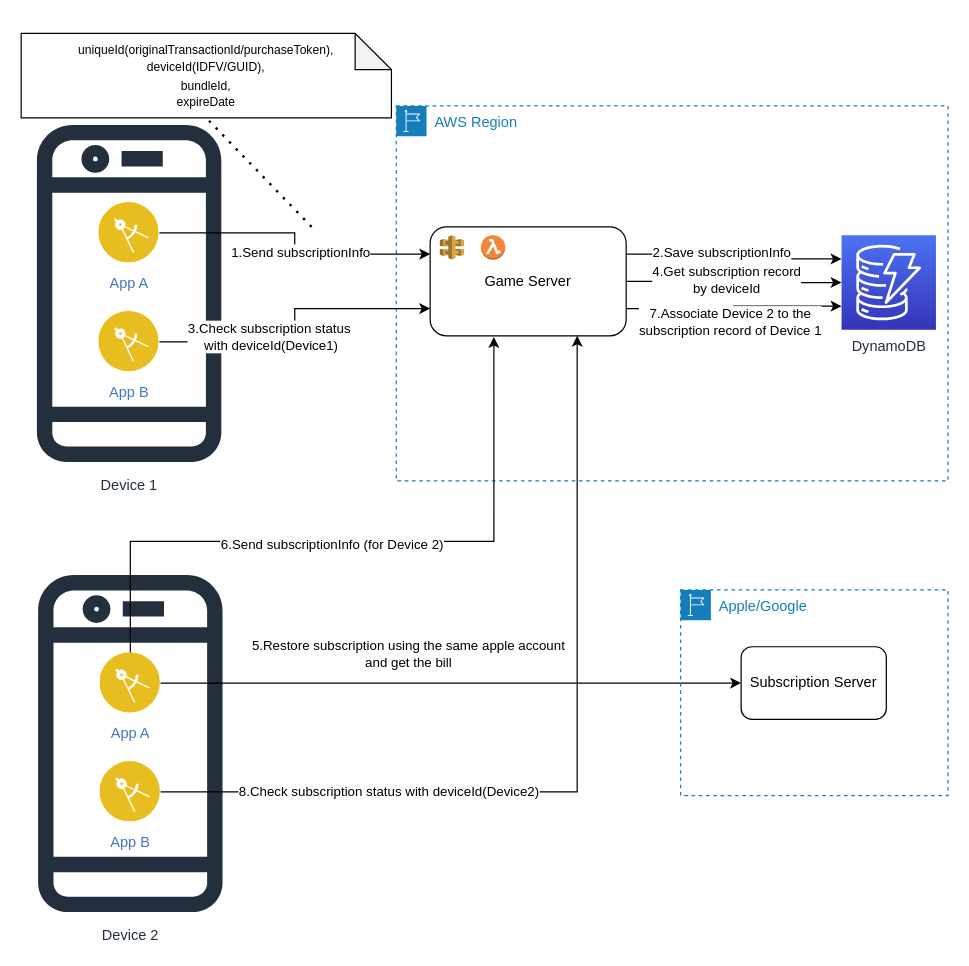
Earlier version of the draw.io diagram page "简单方案" (1 of 2) of 多个游戏共享订阅.drawio (yaohuiwu/SimpleFS). Source tidied: cells renumbered, new cells numbered last; positions are measured from the earlier drawing's top-left corner, leaving out a move shared by most shapes. Both pictures are drawn from the tidied source at 121%, with x=0, y=0 at pixel (21, 33).
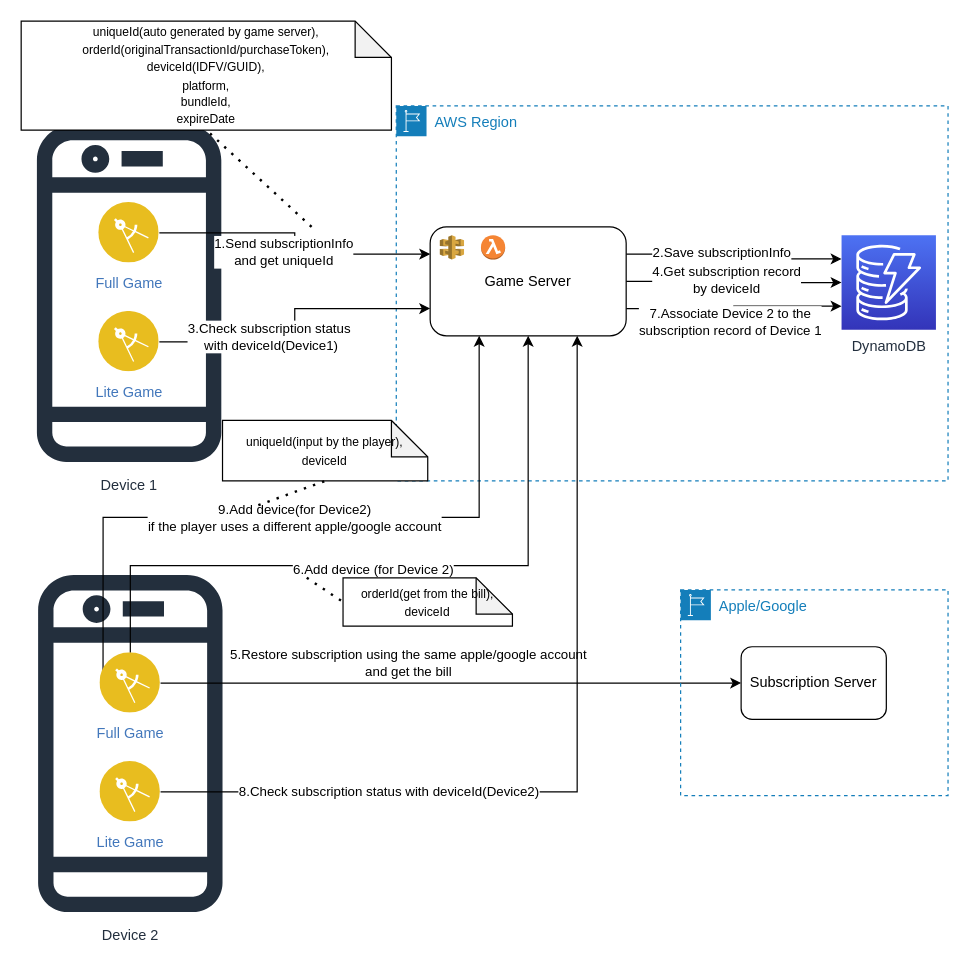
Above is the later version.

Commit message:
更新多个游戏共享订阅.drawio

The change refers to these unchanged cells:
```xml
<mxCell id="10" value="Game Server" style="rounded=1;whiteSpace=wrap;html=1;" parent="3" vertex="1">
  <mxGeometry x="28" y="100" width="162" height="90" as="geometry" />
</mxCell>
<mxCell id="14" style="edgeStyle=orthogonalEdgeStyle;rounded=0;jettySize=auto;html=1;exitX=1;exitY=0.5;exitDx=0;exitDy=0;entryX=0;entryY=0.25;entryDx=0;entryDy=0;" parent="1" edge="1" source="16" target="10">
  <mxGeometry relative="1" as="geometry" />
</mxCell>
<mxCell id="21" style="edgeStyle=orthogonalEdgeStyle;rounded=0;jettySize=auto;html=1;exitX=1;exitY=0.5;exitDx=0;exitDy=0;entryX=0;entryY=0.5;entryDx=0;entryDy=0;" parent="1" edge="1" source="25" target="30">
  <mxGeometry relative="1" as="geometry" />
</mxCell>
```

Change to the diagram source:
```diff
@@
-    <mxCell id="15" value="1.Send subscriptionInfo" style="edgeLabel;html=1;align=center;verticalAlign=middle;" parent="14" vertex="1">
+    <mxCell id="15" value="1.Send subscriptionInfo&lt;br&gt;and get uniqueId" style="edgeLabel;html=1;align=center;verticalAlign=middle;" parent="14" vertex="1">
       <mxGeometry x="-0.33" relative="1" as="geometry">
-        <mxPoint x="35" y="15" as="offset" />
+        <mxPoint x="21" y="15" as="offset" />
       </mxGeometry>
     </mxCell>
-    <mxCell id="16" value="App A" style="image;perimeter=ellipsePerimeter;html=1;align=center;shadow=0;dashed=0;fontColor=#4277BB;labelBackgroundColor=default;fontSize=12;spacingTop=3;image=img/lib/ibm/applications/mobile_app.svg;" parent="1" vertex="1">
+    <mxCell id="16" value="Full Game" style="image;perimeter=ellipsePerimeter;html=1;align=center;shadow=0;dashed=0;fontColor=#4277BB;labelBackgroundColor=default;fontSize=12;spacingTop=3;image=img/lib/ibm/applications/mobile_app.svg;" parent="1" vertex="1">
       <mxGeometry x="64.2" y="140" width="50" height="50" as="geometry" />
     </mxCell>
@@
-    <mxCell id="19" value="App B" style="image;perimeter=ellipsePerimeter;html=1;align=center;shadow=0;dashed=0;fontColor=#4277BB;labelBackgroundColor=default;fontSize=12;spacingTop=3;image=img/lib/ibm/applications/mobile_app.svg;" parent="1" vertex="1">
+    <mxCell id="19" value="Lite Game" style="image;perimeter=ellipsePerimeter;html=1;align=center;shadow=0;dashed=0;fontColor=#4277BB;labelBackgroundColor=default;fontSize=12;spacingTop=3;image=img/lib/ibm/applications/mobile_app.svg;" parent="1" vertex="1">
       <mxGeometry x="64.2" y="230" width="50" height="50" as="geometry" />
     </mxCell>
@@
-    <mxCell id="22" value="5.Restore subscription using the same apple account &lt;br&gt;and get the bill" style="edgeLabel;html=1;align=center;verticalAlign=middle;" parent="21" vertex="1">
+    <mxCell id="22" value="5.Restore subscription using the same apple/google account &lt;br&gt;and get the bill" style="edgeLabel;html=1;align=center;verticalAlign=middle;" parent="21" vertex="1">
       <mxGeometry x="-0.34" relative="1" as="geometry">
-        <mxPoint x="46" y="-25" as="offset" />
+        <mxPoint x="46" y="-17" as="offset" />
       </mxGeometry>
     </mxCell>
-    <mxCell id="23" style="edgeStyle=orthogonalEdgeStyle;rounded=0;jettySize=auto;html=1;exitX=0.5;exitY=0;exitDx=0;exitDy=0;entryX=0.325;entryY=1.011;entryDx=0;entryDy=0;entryPerimeter=0;" parent="1" edge="1" source="25" target="10">
+    <mxCell id="23" style="edgeStyle=orthogonalEdgeStyle;rounded=0;jettySize=auto;html=1;exitX=0.5;exitY=0;exitDx=0;exitDy=0;entryX=0.5;entryY=1;entryDx=0;entryDy=0;" parent="1" edge="1" source="25" target="10">
       <mxGeometry relative="1" as="geometry">
         <Array as="points">
-          <mxPoint x="90" y="420" />
-          <mxPoint x="390" y="420" />
+          <mxPoint x="90" y="440" />
+          <mxPoint x="419" y="440" />
         </Array>
       </mxGeometry>
     </mxCell>
-    <mxCell id="24" value="6.Send subscriptionInfo (for Device 2)" style="edgeLabel;html=1;align=center;verticalAlign=middle;" parent="23" vertex="1">
+    <mxCell id="24" value="6.Add device (for Device 2)" style="edgeLabel;html=1;align=center;verticalAlign=middle;" parent="23" vertex="1">
       <mxGeometry x="-0.08" y="-2" relative="1" as="geometry" />
     </mxCell>
+    <mxCell id="34" style="edgeStyle=orthogonalEdgeStyle;rounded=0;jettySize=auto;html=1;entryX=0.25;entryY=1;entryDx=0;entryDy=0;exitX=0;exitY=0.25;exitDx=0;exitDy=0;" parent="1" edge="1" source="25" target="10">
+      <mxGeometry relative="1" as="geometry">
+        <Array as="points">
+          <mxPoint x="68" y="400" />
+          <mxPoint x="379" y="400" />
+        </Array>
+      </mxGeometry>
+    </mxCell>
+    <mxCell id="35" value="9.Add device(for Device2) &lt;br&gt;if the player uses a different apple/google account" style="edgeLabel;html=1;align=center;verticalAlign=middle;" parent="34" vertex="1">
+      <mxGeometry x="-0.36" y="1" relative="1" as="geometry">
+        <mxPoint x="96" y="1" as="offset" />
+      </mxGeometry>
+    </mxCell>
-    <mxCell id="25" value="App A" style="image;perimeter=ellipsePerimeter;html=1;align=center;shadow=0;dashed=0;fontColor=#4277BB;labelBackgroundColor=default;fontSize=12;spacingTop=3;image=img/lib/ibm/applications/mobile_app.svg;" parent="1" vertex="1">
+    <mxCell id="25" value="Full Game" style="image;perimeter=ellipsePerimeter;html=1;align=center;shadow=0;dashed=0;fontColor=#4277BB;labelBackgroundColor=default;fontSize=12;spacingTop=3;image=img/lib/ibm/applications/mobile_app.svg;" parent="1" vertex="1">
       <mxGeometry x="65.2" y="512" width="50" height="50" as="geometry" />
     </mxCell>
@@
-    <mxCell id="28" value="App B" style="image;perimeter=ellipsePerimeter;html=1;align=center;shadow=0;dashed=0;fontColor=#4277BB;labelBackgroundColor=default;fontSize=12;spacingTop=3;image=img/lib/ibm/applications/mobile_app.svg;" parent="1" vertex="1">
+    <mxCell id="28" value="Lite Game" style="image;perimeter=ellipsePerimeter;html=1;align=center;shadow=0;dashed=0;fontColor=#4277BB;labelBackgroundColor=default;fontSize=12;spacingTop=3;image=img/lib/ibm/applications/mobile_app.svg;" parent="1" vertex="1">
       <mxGeometry x="65.2" y="602" width="50" height="50" as="geometry" />
     </mxCell>
@@
-    <mxCell id="31" value="&lt;font style=&quot;font-size: 10px;&quot;&gt;uniqueId(originalTransactionId/purchaseToken),&lt;br&gt;deviceId(IDFV/GUID), &lt;br&gt;bundleId,&lt;br&gt;expireDate&lt;/font&gt;" style="shape=note;whiteSpace=wrap;html=1;backgroundOutline=1;darkOpacity=0.05;" parent="1" vertex="1">
-      <mxGeometry width="306" height="70" as="geometry" />
+    <mxCell id="31" value="&lt;font style=&quot;font-size: 10px;&quot;&gt;uniqueId(auto generated by game server),&lt;br&gt;orderId(originalTransactionId/purchaseToken),&lt;br&gt;deviceId(IDFV/GUID), &lt;br&gt;platform,&lt;br&gt;bundleId,&lt;br&gt;expireDate&lt;/font&gt;" style="shape=note;whiteSpace=wrap;html=1;backgroundOutline=1;darkOpacity=0.05;" parent="1" vertex="1">
+      <mxGeometry y="-10" width="306" height="90" as="geometry" />
     </mxCell>
@@
+    <mxCell id="36" value="&lt;font style=&quot;font-size: 10px;&quot;&gt;uniqueId(input by the player),&lt;br&gt;deviceId&lt;br&gt;&lt;/font&gt;" style="shape=note;whiteSpace=wrap;html=1;backgroundOutline=1;darkOpacity=0.05;" parent="1" vertex="1">
+      <mxGeometry x="166.4" y="320" width="169.6" height="50" as="geometry" />
+    </mxCell>
+    <mxCell id="37" style="endArrow=none;dashed=1;html=1;dashPattern=1 3;strokeWidth=2;rounded=0;entryX=0.5;entryY=1;entryDx=0;entryDy=0;entryPerimeter=0;" parent="1" edge="1" target="36">
+      <mxGeometry relative="1" as="geometry">
+        <mxPoint x="196" y="390" as="sourcePoint" />
+      </mxGeometry>
+    </mxCell>
+    <mxCell id="38" value="&lt;font style=&quot;font-size: 10px;&quot;&gt;orderId(get from the bill),&lt;br&gt;deviceId&lt;br&gt;&lt;/font&gt;" style="shape=note;whiteSpace=wrap;html=1;backgroundOutline=1;darkOpacity=0.05;" parent="1" vertex="1">
+      <mxGeometry x="266" y="450" width="140" height="40" as="geometry" />
+    </mxCell>
+    <mxCell id="39" style="endArrow=none;dashed=1;html=1;dashPattern=1 3;strokeWidth=2;rounded=0;entryX=0;entryY=0.5;entryDx=0;entryDy=0;entryPerimeter=0;" parent="1" edge="1" target="38">
+      <mxGeometry relative="1" as="geometry">
+        <mxPoint x="236" y="450" as="sourcePoint" />
+      </mxGeometry>
+    </mxCell>
```
